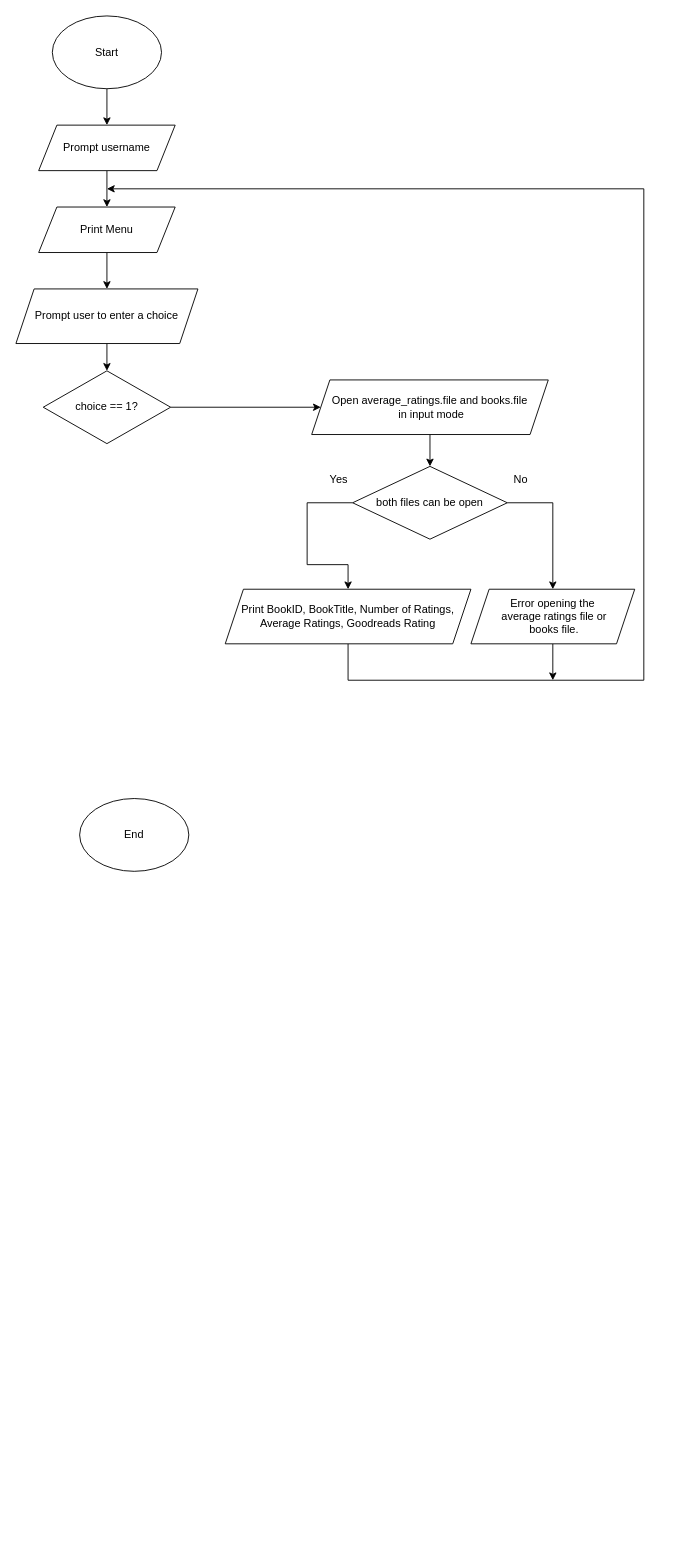
Earlier version of the draw.io diagram Assessment/Untitled Diagram.drawio (EzraChai/CPT111). Source tidied: cells renumbered, new cells numbered last; positions are measured from the earlier drawing's top-left corner, leaving out a move shared by most shapes. Both pictures are drawn from the tidied source at 91%, with x=0, y=0 at pixel (15, 15).
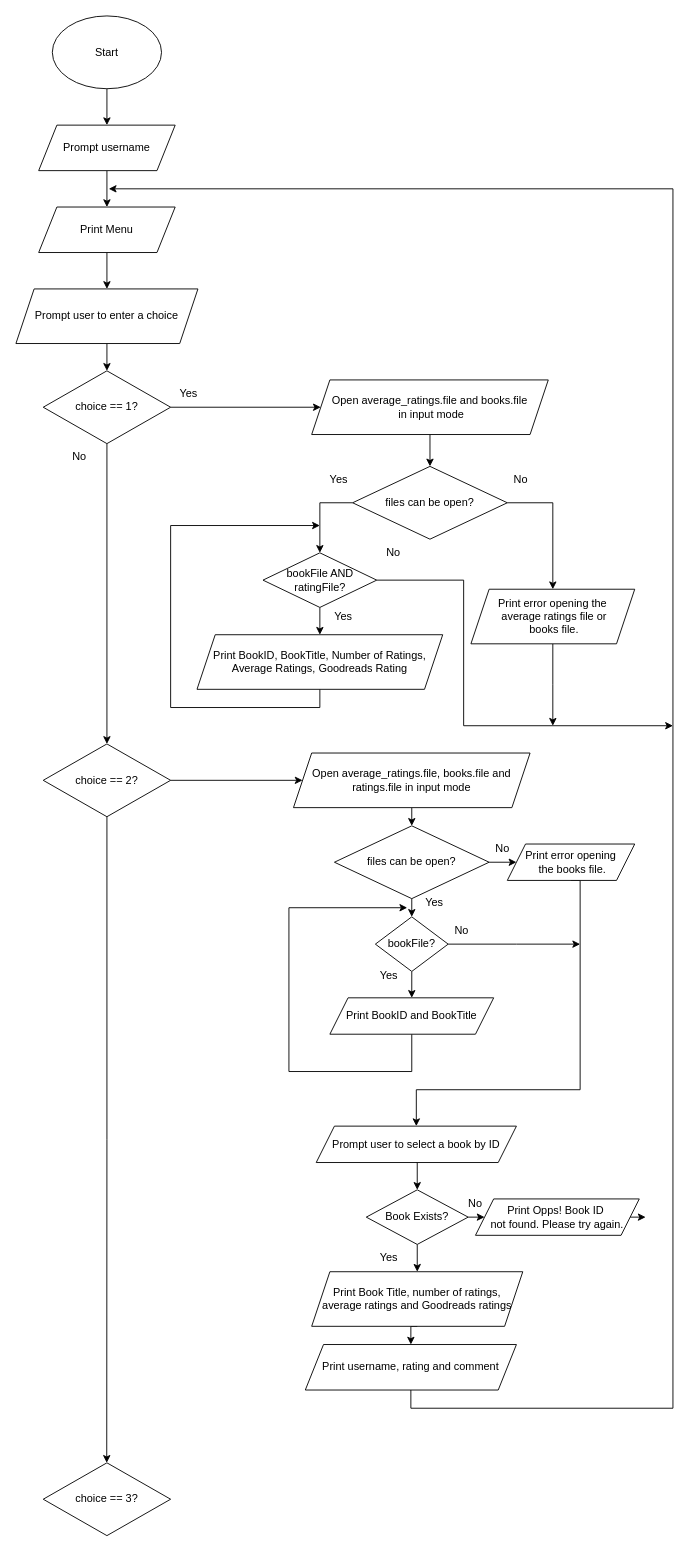
The same page after the edit.

The change refers to these unchanged cells:
```xml
<mxCell id="12" value="choice == 1?" style="rhombus;whiteSpace=wrap;html=1;" parent="1" vertex="1">
  <mxGeometry x="30" y="390" width="140" height="80" as="geometry" />
</mxCell>
```

What changed in the source:
```diff
@@
-    <mxCell id="4" value="End" style="ellipse;whiteSpace=wrap;html=1;" parent="1" vertex="1">
-      <mxGeometry x="70" y="860" width="120" height="80" as="geometry" />
-    </mxCell>
@@
+    <mxCell id="24" style="edgeStyle=orthogonalEdgeStyle;rounded=0;jettySize=auto;html=1;exitX=0.5;exitY=1;exitDx=0;exitDy=0;entryX=0.5;entryY=0;entryDx=0;entryDy=0;" parent="1" edge="1" source="12" target="29">
+      <mxGeometry relative="1" as="geometry" />
+    </mxCell>
@@
-    <mxCell id="16" style="edgeStyle=orthogonalEdgeStyle;rounded=0;jettySize=auto;html=1;exitX=0;exitY=0.5;exitDx=0;exitDy=0;entryX=0.5;entryY=0;entryDx=0;entryDy=0;" parent="1" edge="1" source="17" target="19">
-      <mxGeometry relative="1" as="geometry">
-        <Array as="points">
-          <mxPoint x="320" y="535" />
-          <mxPoint x="320" y="603" />
-          <mxPoint x="365" y="603" />
-        </Array>
-      </mxGeometry>
-    </mxCell>
+    <mxCell id="25" style="edgeStyle=orthogonalEdgeStyle;rounded=0;jettySize=auto;html=1;exitX=0;exitY=0.5;exitDx=0;exitDy=0;entryX=0.5;entryY=0;entryDx=0;entryDy=0;" parent="1" edge="1" source="17" target="34">
+      <mxGeometry relative="1" as="geometry" />
+    </mxCell>
-    <mxCell id="17" value="both files can be open" style="rhombus;whiteSpace=wrap;html=1;" parent="1" vertex="1">
+    <mxCell id="17" value="files can be open?" style="rhombus;whiteSpace=wrap;html=1;" parent="1" vertex="1">
       <mxGeometry x="370" y="495" width="170" height="80" as="geometry" />
     </mxCell>
-    <mxCell id="18" style="edgeStyle=orthogonalEdgeStyle;rounded=0;jettySize=auto;html=1;exitX=0.5;exitY=1;exitDx=0;exitDy=0;" parent="1" edge="1" source="19">
-      <mxGeometry relative="1" as="geometry">
-        <mxPoint x="100" y="190" as="targetPoint" />
-        <Array as="points">
-          <mxPoint x="365" y="730" />
-          <mxPoint x="690" y="730" />
-          <mxPoint x="690" y="190" />
-        </Array>
-      </mxGeometry>
-    </mxCell>
+    <mxCell id="26" style="edgeStyle=orthogonalEdgeStyle;rounded=0;jettySize=auto;html=1;exitX=0.5;exitY=1;exitDx=0;exitDy=0;" parent="1" edge="1" source="19">
+      <mxGeometry relative="1" as="geometry">
+        <mxPoint x="334" y="560" as="targetPoint" />
+        <Array as="points">
+          <mxPoint x="334" y="760" />
+          <mxPoint x="170" y="760" />
+          <mxPoint x="170" y="560" />
+        </Array>
+      </mxGeometry>
+    </mxCell>
     <mxCell id="19" value="Print BookID, BookTitle, Number of Ratings, Average Ratings, Goodreads Rating" style="shape=parallelogram;perimeter=parallelogramPerimeter;whiteSpace=wrap;html=1;fixedSize=1;" parent="1" vertex="1">
-      <mxGeometry x="230" y="630" width="270" height="60" as="geometry" />
+      <mxGeometry x="199" y="680" width="270" height="60" as="geometry" />
     </mxCell>
@@
     <mxCell id="21" style="edgeStyle=orthogonalEdgeStyle;rounded=0;jettySize=auto;html=1;exitX=0.5;exitY=1;exitDx=0;exitDy=0;" parent="1" edge="1" source="22">
       <mxGeometry relative="1" as="geometry">
-        <mxPoint x="590" y="730" as="targetPoint" />
+        <mxPoint x="590" y="780" as="targetPoint" />
       </mxGeometry>
     </mxCell>
-    <mxCell id="22" value="&lt;div&gt;Error opening the&lt;/div&gt;&lt;div&gt;&amp;nbsp;average ratings file or&lt;/div&gt;&lt;div&gt;&amp;nbsp;books file.&lt;/div&gt;" style="shape=parallelogram;perimeter=parallelogramPerimeter;whiteSpace=wrap;html=1;fixedSize=1;" parent="1" vertex="1">
+    <mxCell id="22" value="&lt;div&gt;Print error opening the&lt;/div&gt;&lt;div&gt;&amp;nbsp;average ratings file or&lt;/div&gt;&lt;div&gt;&amp;nbsp;books file.&lt;/div&gt;" style="shape=parallelogram;perimeter=parallelogramPerimeter;whiteSpace=wrap;html=1;fixedSize=1;" parent="1" vertex="1">
       <mxGeometry x="500" y="630" width="180" height="60" as="geometry" />
     </mxCell>
@@
+    <mxCell id="27" style="edgeStyle=orthogonalEdgeStyle;rounded=0;jettySize=auto;html=1;exitX=1;exitY=0.5;exitDx=0;exitDy=0;entryX=0;entryY=0.5;entryDx=0;entryDy=0;" parent="1" edge="1" source="29" target="38">
+      <mxGeometry relative="1" as="geometry" />
+    </mxCell>
+    <mxCell id="28" style="edgeStyle=orthogonalEdgeStyle;rounded=0;jettySize=auto;html=1;exitX=0.5;exitY=1;exitDx=0;exitDy=0;" parent="1" edge="1" source="29">
+      <mxGeometry relative="1" as="geometry">
+        <mxPoint x="99.8" y="1590" as="targetPoint" />
+      </mxGeometry>
+    </mxCell>
+    <mxCell id="29" value="choice == 2?" style="rhombus;whiteSpace=wrap;html=1;" parent="1" vertex="1">
+      <mxGeometry x="30" y="800" width="140" height="80" as="geometry" />
+    </mxCell>
+    <mxCell id="30" value="Yes" style="text;html=1;align=center;verticalAlign=middle;whiteSpace=wrap;rounded=0;" parent="1" vertex="1">
+      <mxGeometry x="160" y="400" width="60" height="30" as="geometry" />
+    </mxCell>
+    <mxCell id="31" value="No" style="text;html=1;align=center;verticalAlign=middle;whiteSpace=wrap;rounded=0;" parent="1" vertex="1">
+      <mxGeometry x="40" y="470" width="60" height="30" as="geometry" />
+    </mxCell>
+    <mxCell id="32" style="edgeStyle=orthogonalEdgeStyle;rounded=0;jettySize=auto;html=1;exitX=0.5;exitY=1;exitDx=0;exitDy=0;entryX=0.5;entryY=0;entryDx=0;entryDy=0;" parent="1" edge="1" source="34" target="19">
+      <mxGeometry relative="1" as="geometry" />
+    </mxCell>
+    <mxCell id="33" style="edgeStyle=orthogonalEdgeStyle;rounded=0;jettySize=auto;html=1;exitX=1;exitY=0.5;exitDx=0;exitDy=0;" parent="1" edge="1" source="34">
+      <mxGeometry relative="1" as="geometry">
+        <mxPoint x="722" y="780" as="targetPoint" />
+        <Array as="points">
+          <mxPoint x="492" y="620" />
+          <mxPoint x="492" y="780" />
+        </Array>
+      </mxGeometry>
+    </mxCell>
+    <mxCell id="34" value="bookFile AND ratingFile?" style="rhombus;whiteSpace=wrap;html=1;" parent="1" vertex="1">
+      <mxGeometry x="271.5" y="590" width="125" height="60" as="geometry" />
+    </mxCell>
+    <mxCell id="35" value="Yes" style="text;html=1;align=center;verticalAlign=middle;whiteSpace=wrap;rounded=0;" parent="1" vertex="1">
+      <mxGeometry x="330" y="645" width="60" height="30" as="geometry" />
+    </mxCell>
+    <mxCell id="36" value="No" style="text;html=1;align=center;verticalAlign=middle;whiteSpace=wrap;rounded=0;" parent="1" vertex="1">
+      <mxGeometry x="385" y="575" width="60" height="30" as="geometry" />
+    </mxCell>
+    <mxCell id="37" style="edgeStyle=orthogonalEdgeStyle;rounded=0;jettySize=auto;html=1;exitX=0.5;exitY=1;exitDx=0;exitDy=0;entryX=0.5;entryY=0;entryDx=0;entryDy=0;" parent="1" edge="1" source="38" target="41">
+      <mxGeometry relative="1" as="geometry" />
+    </mxCell>
+    <mxCell id="38" value="&lt;div&gt;Open average_ratings.file, books.file and&lt;/div&gt;&lt;div&gt;ratings.file in input mode&lt;/div&gt;" style="shape=parallelogram;perimeter=parallelogramPerimeter;whiteSpace=wrap;html=1;fixedSize=1;" parent="1" vertex="1">
+      <mxGeometry x="305" y="810" width="260" height="60" as="geometry" />
+    </mxCell>
+    <mxCell id="39" style="edgeStyle=orthogonalEdgeStyle;rounded=0;jettySize=auto;html=1;exitX=0.5;exitY=1;exitDx=0;exitDy=0;entryX=0.5;entryY=0;entryDx=0;entryDy=0;" parent="1" edge="1" source="41" target="43">
+      <mxGeometry relative="1" as="geometry" />
+    </mxCell>
+    <mxCell id="40" style="edgeStyle=orthogonalEdgeStyle;rounded=0;jettySize=auto;html=1;exitX=1;exitY=0.5;exitDx=0;exitDy=0;entryX=0;entryY=0.5;entryDx=0;entryDy=0;" parent="1" edge="1" source="41" target="50">
+      <mxGeometry relative="1" as="geometry" />
+    </mxCell>
+    <mxCell id="41" value="files can be open?" style="rhombus;whiteSpace=wrap;html=1;" parent="1" vertex="1">
+      <mxGeometry x="350" y="890" width="170" height="80" as="geometry" />
+    </mxCell>
+    <mxCell id="42" style="edgeStyle=orthogonalEdgeStyle;rounded=0;jettySize=auto;html=1;exitX=0.5;exitY=1;exitDx=0;exitDy=0;entryX=0.5;entryY=0;entryDx=0;entryDy=0;" parent="1" edge="1" source="43" target="45">
+      <mxGeometry relative="1" as="geometry" />
+    </mxCell>
+    <mxCell id="43" value="bookFile?" style="rhombus;whiteSpace=wrap;html=1;" parent="1" vertex="1">
+      <mxGeometry x="395" y="990" width="80" height="60" as="geometry" />
+    </mxCell>
+    <mxCell id="44" style="edgeStyle=orthogonalEdgeStyle;rounded=0;jettySize=auto;html=1;exitX=0.5;exitY=1;exitDx=0;exitDy=0;" parent="1" edge="1" source="45">
+      <mxGeometry relative="1" as="geometry">
+        <mxPoint x="430" y="980" as="targetPoint" />
+        <Array as="points">
+          <mxPoint x="435" y="1160" />
+          <mxPoint x="300" y="1160" />
+          <mxPoint x="300" y="980" />
+        </Array>
+      </mxGeometry>
+    </mxCell>
+    <mxCell id="45" value="Print BookID and BookTitle" style="shape=parallelogram;perimeter=parallelogramPerimeter;whiteSpace=wrap;html=1;fixedSize=1;" parent="1" vertex="1">
+      <mxGeometry x="345" y="1079" width="180" height="40" as="geometry" />
+    </mxCell>
+    <mxCell id="46" value="Yes" style="text;html=1;align=center;verticalAlign=middle;whiteSpace=wrap;rounded=0;" parent="1" vertex="1">
+      <mxGeometry x="430" y="960" width="60" height="30" as="geometry" />
+    </mxCell>
+    <mxCell id="47" style="edgeStyle=orthogonalEdgeStyle;rounded=0;jettySize=auto;html=1;exitX=0.25;exitY=1;exitDx=0;exitDy=0;" parent="1" edge="1" source="48">
+      <mxGeometry relative="1" as="geometry">
+        <mxPoint x="620" y="1020" as="targetPoint" />
+        <Array as="points">
+          <mxPoint x="550" y="1020" />
+          <mxPoint x="550" y="1020" />
+        </Array>
+      </mxGeometry>
+    </mxCell>
+    <mxCell id="48" value="No" style="text;html=1;align=center;verticalAlign=middle;whiteSpace=wrap;rounded=0;" parent="1" vertex="1">
+      <mxGeometry x="460" y="990" width="60" height="30" as="geometry" />
+    </mxCell>
+    <mxCell id="49" style="edgeStyle=orthogonalEdgeStyle;rounded=0;jettySize=auto;html=1;exitX=0.5;exitY=1;exitDx=0;exitDy=0;entryX=0.5;entryY=0;entryDx=0;entryDy=0;" parent="1" edge="1" source="50" target="53">
+      <mxGeometry relative="1" as="geometry">
+        <Array as="points">
+          <mxPoint x="620" y="1180" />
+          <mxPoint x="440" y="1180" />
+        </Array>
+      </mxGeometry>
+    </mxCell>
+    <mxCell id="50" value="&lt;div&gt;Print error opening&lt;/div&gt;&lt;div&gt;&amp;nbsp;the books file.&lt;/div&gt;" style="shape=parallelogram;perimeter=parallelogramPerimeter;whiteSpace=wrap;html=1;fixedSize=1;" parent="1" vertex="1">
+      <mxGeometry x="540" y="910" width="140" height="40" as="geometry" />
+    </mxCell>
+    <mxCell id="51" value="No" style="text;html=1;align=center;verticalAlign=middle;whiteSpace=wrap;rounded=0;" parent="1" vertex="1">
+      <mxGeometry x="505" y="900" width="60" height="30" as="geometry" />
+    </mxCell>
+    <mxCell id="52" style="edgeStyle=orthogonalEdgeStyle;rounded=0;jettySize=auto;html=1;exitX=0.5;exitY=1;exitDx=0;exitDy=0;entryX=0.5;entryY=0;entryDx=0;entryDy=0;" parent="1" edge="1" source="53" target="57">
+      <mxGeometry relative="1" as="geometry" />
+    </mxCell>
+    <mxCell id="53" value="Prompt user to select a book by ID" style="shape=parallelogram;perimeter=parallelogramPerimeter;whiteSpace=wrap;html=1;fixedSize=1;" parent="1" vertex="1">
+      <mxGeometry x="330" y="1220" width="220" height="40" as="geometry" />
+    </mxCell>
+    <mxCell id="54" value="Yes" style="text;html=1;align=center;verticalAlign=middle;whiteSpace=wrap;rounded=0;" parent="1" vertex="1">
+      <mxGeometry x="380" y="1040" width="60" height="30" as="geometry" />
+    </mxCell>
+    <mxCell id="55" style="edgeStyle=orthogonalEdgeStyle;rounded=0;jettySize=auto;html=1;exitX=0.5;exitY=1;exitDx=0;exitDy=0;entryX=0.5;entryY=0;entryDx=0;entryDy=0;" parent="1" edge="1" source="57" target="61">
+      <mxGeometry relative="1" as="geometry" />
+    </mxCell>
+    <mxCell id="56" style="edgeStyle=orthogonalEdgeStyle;rounded=0;jettySize=auto;html=1;exitX=1;exitY=0.5;exitDx=0;exitDy=0;entryX=0;entryY=0.5;entryDx=0;entryDy=0;" parent="1" edge="1" source="57" target="66">
+      <mxGeometry relative="1" as="geometry" />
+    </mxCell>
+    <mxCell id="57" value="Book Exists?" style="rhombus;whiteSpace=wrap;html=1;" parent="1" vertex="1">
+      <mxGeometry x="385" y="1290" width="112" height="60" as="geometry" />
+    </mxCell>
+    <mxCell id="58" value="No" style="text;html=1;align=center;verticalAlign=middle;whiteSpace=wrap;rounded=0;" parent="1" vertex="1">
+      <mxGeometry x="475" y="1290" width="60" height="30" as="geometry" />
+    </mxCell>
+    <mxCell id="59" value="Yes" style="text;html=1;align=center;verticalAlign=middle;whiteSpace=wrap;rounded=0;" parent="1" vertex="1">
+      <mxGeometry x="380" y="1350" width="60" height="30" as="geometry" />
+    </mxCell>
+    <mxCell id="60" style="edgeStyle=orthogonalEdgeStyle;rounded=0;jettySize=auto;html=1;exitX=0.5;exitY=1;exitDx=0;exitDy=0;entryX=0.5;entryY=0;entryDx=0;entryDy=0;" parent="1" edge="1" source="61" target="63">
+      <mxGeometry relative="1" as="geometry" />
+    </mxCell>
+    <mxCell id="61" value="Print Book Title, number of ratings, average ratings and Goodreads ratings" style="shape=parallelogram;perimeter=parallelogramPerimeter;whiteSpace=wrap;html=1;fixedSize=1;" parent="1" vertex="1">
+      <mxGeometry x="325" y="1380" width="232" height="60" as="geometry" />
+    </mxCell>
+    <mxCell id="62" style="edgeStyle=orthogonalEdgeStyle;rounded=0;jettySize=auto;html=1;exitX=0.5;exitY=1;exitDx=0;exitDy=0;" parent="1" edge="1" source="63">
+      <mxGeometry relative="1" as="geometry">
+        <mxPoint x="102" y="190" as="targetPoint" />
+        <Array as="points">
+          <mxPoint x="434" y="1530" />
+          <mxPoint x="722" y="1530" />
+          <mxPoint x="722" y="190" />
+        </Array>
+      </mxGeometry>
+    </mxCell>
+    <mxCell id="63" value="Print username, rating and comment" style="shape=parallelogram;perimeter=parallelogramPerimeter;whiteSpace=wrap;html=1;fixedSize=1;" parent="1" vertex="1">
+      <mxGeometry x="318" y="1460" width="232" height="50" as="geometry" />
+    </mxCell>
+    <mxCell id="64" value="choice == 3?" style="rhombus;whiteSpace=wrap;html=1;" parent="1" vertex="1">
+      <mxGeometry x="30" y="1590" width="140" height="80" as="geometry" />
+    </mxCell>
+    <mxCell id="65" style="edgeStyle=orthogonalEdgeStyle;rounded=0;jettySize=auto;html=1;exitX=1;exitY=0.5;exitDx=0;exitDy=0;" parent="1" edge="1" source="66">
+      <mxGeometry relative="1" as="geometry">
+        <mxPoint x="692" y="1319.9" as="targetPoint" />
+      </mxGeometry>
+    </mxCell>
+    <mxCell id="66" value="&lt;div&gt;Print Opps! Book ID&amp;nbsp;&lt;/div&gt;&lt;div&gt;not found. Please try again.&lt;/div&gt;" style="shape=parallelogram;perimeter=parallelogramPerimeter;whiteSpace=wrap;html=1;fixedSize=1;" parent="1" vertex="1">
+      <mxGeometry x="505" y="1300" width="180" height="40" as="geometry" />
+    </mxCell>
```
